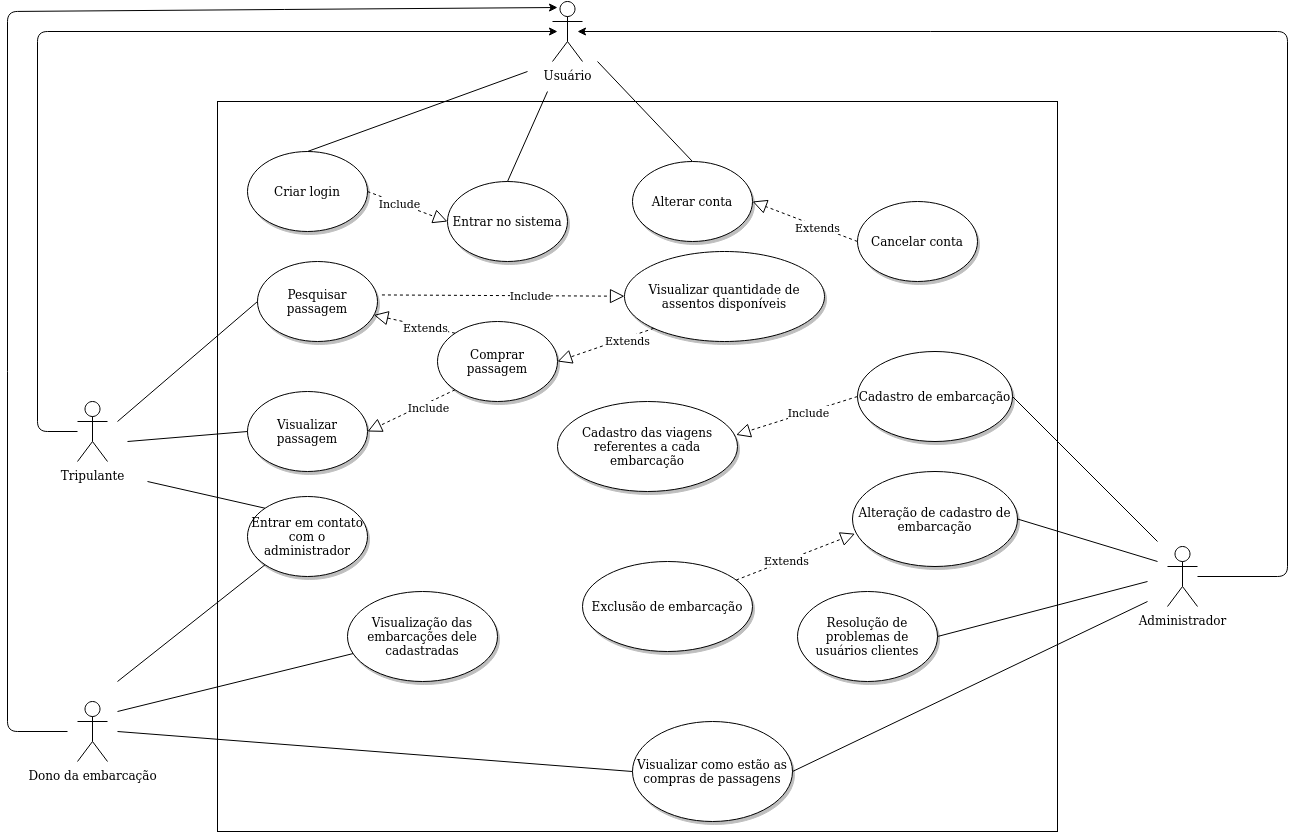
Earlier version of the draw.io export docs/diagramas/Diagrama_Casos_de_Uso.png (fga-eps-mds/2020.1-Ziguen). Source tidied: cells renumbered, new cells last; positions are measured from the earlier drawing's top-left corner, leaving out a move shared by most shapes.
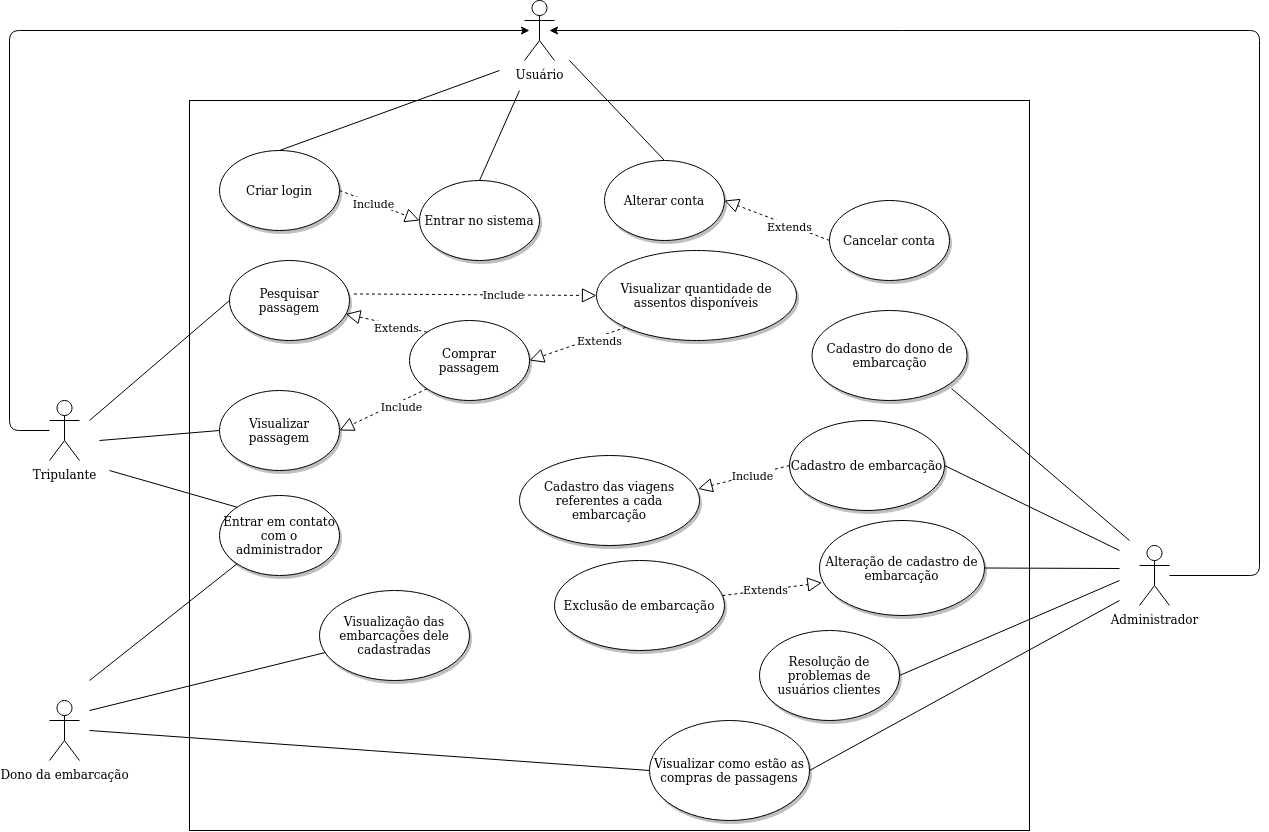
The same diagram one commit later.

Commit message:
docs(#20): Making some changes with vessel owner

Change to the diagram source:
```diff
@@ -41,16 +41,6 @@
     <mxCell id="14" value="Usuário" style="shape=umlActor;verticalLabelPosition=bottom;verticalAlign=top;html=1;" parent="1" vertex="1">
       <mxGeometry x="545" width="30" height="60" as="geometry" />
     </mxCell>
-    <mxCell id="15" style="endArrow=classic;html=1;" parent="1" edge="1">
-      <mxGeometry relative="1" as="geometry">
-        <mxPoint x="60" y="730" as="sourcePoint" />
-        <mxPoint x="550" y="6" as="targetPoint" />
-        <Array as="points">
-          <mxPoint y="730" />
-          <mxPoint y="10" />
-        </Array>
-      </mxGeometry>
-    </mxCell>
     <mxCell id="16" style="endArrow=classic;html=1;" parent="1" edge="1">
       <mxGeometry relative="1" as="geometry">
         <mxPoint x="70" y="430" as="sourcePoint" />
@@ -109,7 +99,7 @@
       </mxGeometry>
     </mxCell>
     <mxCell id="27" value="Visualizar como estão as compras de passagens" style="ellipse;whiteSpace=wrap;html=1;shadow=1;" parent="1" vertex="1">
-      <mxGeometry x="625" y="720" width="160" height="100" as="geometry" />
+      <mxGeometry x="670" y="720" width="160" height="100" as="geometry" />
     </mxCell>
     <mxCell id="28" style="endArrow=none;html=1;exitX=0;exitY=0.5;exitDx=0;exitDy=0;" parent="1" edge="1" source="27">
       <mxGeometry relative="1" as="geometry">
@@ -117,13 +107,13 @@
       </mxGeometry>
     </mxCell>
     <mxCell id="29" value="Cadastro de embarcação" style="ellipse;whiteSpace=wrap;html=1;shadow=1;" parent="1" vertex="1">
-      <mxGeometry x="850" y="350" width="155" height="90" as="geometry" />
+      <mxGeometry x="810" y="420" width="155" height="90" as="geometry" />
     </mxCell>
     <mxCell id="30" value="Alterar conta" style="ellipse;whiteSpace=wrap;html=1;shadow=1;" parent="1" vertex="1">
       <mxGeometry x="625" y="160" width="120" height="80" as="geometry" />
     </mxCell>
     <mxCell id="31" value="Cadastro das viagens referentes a cada embarcação" style="ellipse;whiteSpace=wrap;html=1;shadow=1;" parent="1" vertex="1">
-      <mxGeometry x="550" y="400" width="180" height="90" as="geometry" />
+      <mxGeometry x="540" y="455" width="180" height="90" as="geometry" />
     </mxCell>
     <mxCell id="32" value="Entrar em contato com o administrador" style="ellipse;whiteSpace=wrap;html=1;shadow=1;" parent="1" vertex="1">
       <mxGeometry x="240" y="495" width="120" height="80" as="geometry" />
@@ -138,12 +128,12 @@
     </mxCell>
     <mxCell id="35" style="endArrow=none;html=1;entryX=1;entryY=0.5;entryDx=0;entryDy=0;" parent="1" edge="1" target="29">
       <mxGeometry relative="1" as="geometry">
-        <mxPoint x="1150" y="540" as="sourcePoint" />
+        <mxPoint x="1140" y="550" as="sourcePoint" />
       </mxGeometry>
     </mxCell>
     <mxCell id="36" style="endArrow=none;html=1;entryX=0;entryY=0;entryDx=0;entryDy=0;" parent="1" edge="1" target="32">
       <mxGeometry relative="1" as="geometry">
-        <mxPoint x="140" y="480" as="sourcePoint" />
+        <mxPoint x="130" y="470" as="sourcePoint" />
       </mxGeometry>
     </mxCell>
     <mxCell id="37" style="endArrow=none;html=1;exitX=0;exitY=1;exitDx=0;exitDy=0;" parent="1" edge="1" source="32">
@@ -180,7 +170,7 @@
       <mxGeometry x="575" y="560" width="170" height="90" as="geometry" />
     </mxCell>
     <mxCell id="46" value="Alteração de cadastro de embarcação" style="ellipse;whiteSpace=wrap;html=1;shadow=1;sketch=0;" parent="1" vertex="1">
-      <mxGeometry x="845" y="470" width="165" height="95" as="geometry" />
+      <mxGeometry x="840" y="520" width="165" height="95" as="geometry" />
     </mxCell>
     <mxCell id="47" style="endArrow=block;dashed=1;endFill=0;endSize=12;html=1;entryX=0.015;entryY=0.655;entryDx=0;entryDy=0;entryPerimeter=0;" parent="1" edge="1" source="45" target="46">
       <mxGeometry relative="1" as="geometry" />
@@ -192,11 +182,11 @@
     </mxCell>
     <mxCell id="49" style="endArrow=none;html=1;entryX=1;entryY=0.5;entryDx=0;entryDy=0;" parent="1" edge="1" target="46">
       <mxGeometry relative="1" as="geometry">
-        <mxPoint x="1150" y="560" as="sourcePoint" />
+        <mxPoint x="1140" y="568" as="sourcePoint" />
       </mxGeometry>
     </mxCell>
     <mxCell id="50" value="Resolução de problemas de usuários clientes" style="ellipse;whiteSpace=wrap;html=1;shadow=1;sketch=0;" parent="1" vertex="1">
-      <mxGeometry x="790" y="590" width="140" height="90" as="geometry" />
+      <mxGeometry x="780" y="630" width="140" height="90" as="geometry" />
     </mxCell>
     <mxCell id="51" style="endArrow=none;html=1;exitX=1;exitY=0.5;exitDx=0;exitDy=0;" parent="1" edge="1" source="50">
       <mxGeometry relative="1" as="geometry">
@@ -214,5 +204,13 @@
     <mxCell id="54" value="Visualização das embarcações dele cadastradas" style="ellipse;whiteSpace=wrap;html=1;shadow=1;" parent="1" vertex="1">
       <mxGeometry x="340" y="590" width="150" height="90" as="geometry" />
     </mxCell>
+    <mxCell id="55" value="Cadastro do dono de embarcação" style="ellipse;whiteSpace=wrap;html=1;shadow=1;" parent="1" vertex="1">
+      <mxGeometry x="832.5" y="310" width="155" height="90" as="geometry" />
+    </mxCell>
+    <mxCell id="56" style="endArrow=none;html=1;exitX=0.9;exitY=0.867;exitDx=0;exitDy=0;exitPerimeter=0;" parent="1" edge="1" source="55">
+      <mxGeometry relative="1" as="geometry">
+        <mxPoint x="1150" y="540" as="targetPoint" />
+      </mxGeometry>
+    </mxCell>
   </root>
 </mxGraphModel>
```
